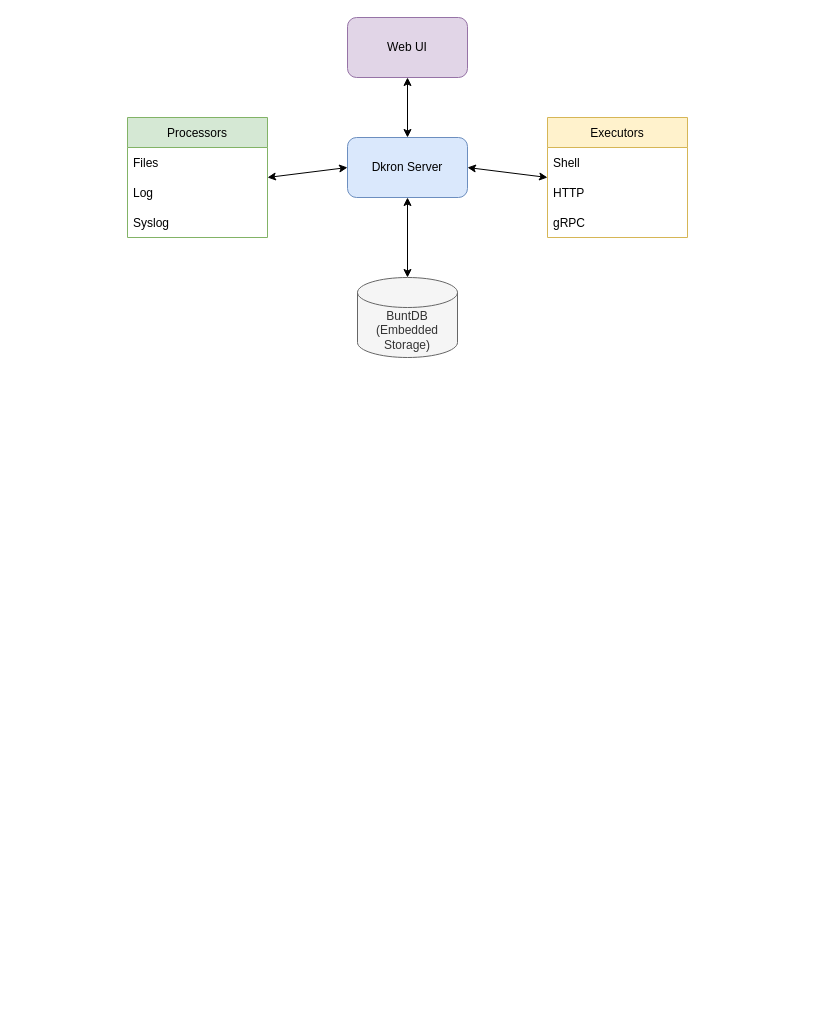
This is projects/dkron.drawio from hanzug/draw.io, a draw.io file, before an edit. Source tidied: cells renumbered, new cells numbered last; positions are measured from the earlier drawing's top-left corner, leaving out a move shared by most shapes. Both pictures are drawn from the tidied source at 100%, with x=0, y=0 at pixel (127, 17).
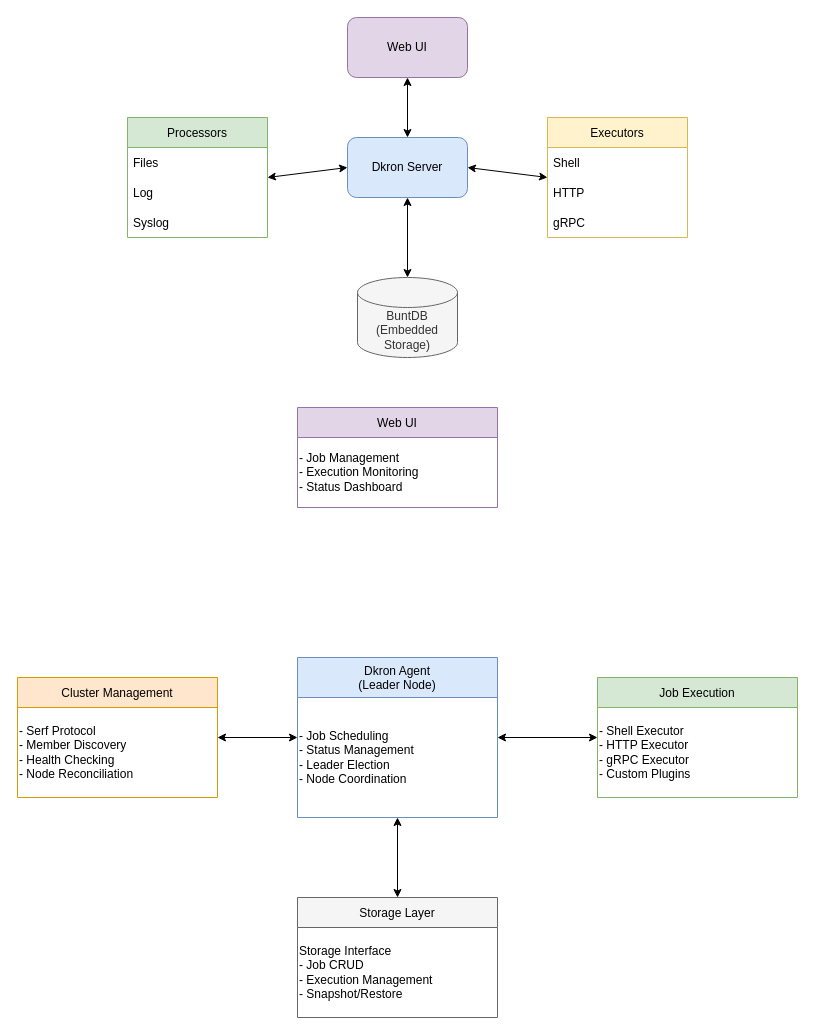
Above is the later version.

The edit, as a diff of the source:
```diff
@@
+    <mxCell id="17" value="Dkron Agent&#10;(Leader Node)" style="swimlane;fontStyle=0;horizontal=1;startSize=40;fillColor=#dae8fc;strokeColor=#6c8ebf;" parent="1" vertex="1">
+      <mxGeometry x="170" y="640" width="200" height="160" as="geometry" />
+    </mxCell>
+    <mxCell id="18" value="- Job Scheduling&#10;- Status Management&#10;- Leader Election&#10;- Node Coordination" style="text;html=1;strokeColor=none;fillColor=none;align=left;verticalAlign=middle;whiteSpace=wrap;rounded=0;" parent="17" vertex="1">
+      <mxGeometry y="40" width="200" height="120" as="geometry" />
+    </mxCell>
+    <mxCell id="19" value="Storage Layer" style="swimlane;fontStyle=0;horizontal=1;startSize=30;fillColor=#f5f5f5;strokeColor=#666666;" parent="1" vertex="1">
+      <mxGeometry x="170" y="880" width="200" height="120" as="geometry" />
+    </mxCell>
+    <mxCell id="20" value="Storage Interface&#10;- Job CRUD&#10;- Execution Management&#10;- Snapshot/Restore" style="text;html=1;strokeColor=none;fillColor=none;align=left;verticalAlign=middle;whiteSpace=wrap;rounded=0;" parent="19" vertex="1">
+      <mxGeometry y="30" width="200" height="90" as="geometry" />
+    </mxCell>
+    <mxCell id="21" value="Cluster Management" style="swimlane;fontStyle=0;horizontal=1;startSize=30;fillColor=#ffe6cc;strokeColor=#d79b00;" parent="1" vertex="1">
+      <mxGeometry x="-110" y="660" width="200" height="120" as="geometry" />
+    </mxCell>
+    <mxCell id="22" value="- Serf Protocol&#10;- Member Discovery&#10;- Health Checking&#10;- Node Reconciliation" style="text;html=1;strokeColor=none;fillColor=none;align=left;verticalAlign=middle;whiteSpace=wrap;rounded=0;" parent="21" vertex="1">
+      <mxGeometry y="30" width="200" height="90" as="geometry" />
+    </mxCell>
+    <mxCell id="23" value="Job Execution" style="swimlane;fontStyle=0;horizontal=1;startSize=30;fillColor=#d5e8d4;strokeColor=#82b366;" parent="1" vertex="1">
+      <mxGeometry x="470" y="660" width="200" height="120" as="geometry" />
+    </mxCell>
+    <mxCell id="24" value="- Shell Executor&#10;- HTTP Executor&#10;- gRPC Executor&#10;- Custom Plugins" style="text;html=1;strokeColor=none;fillColor=none;align=left;verticalAlign=middle;whiteSpace=wrap;rounded=0;" parent="23" vertex="1">
+      <mxGeometry y="30" width="200" height="90" as="geometry" />
+    </mxCell>
+    <mxCell id="25" value="Web UI" style="swimlane;fontStyle=0;horizontal=1;startSize=30;fillColor=#e1d5e7;strokeColor=#9673a6;" parent="1" vertex="1">
+      <mxGeometry x="170" y="390" width="200" height="100" as="geometry" />
+    </mxCell>
+    <mxCell id="26" value="- Job Management&#10;- Execution Monitoring&#10;- Status Dashboard" style="text;html=1;strokeColor=none;fillColor=none;align=left;verticalAlign=middle;whiteSpace=wrap;rounded=0;" parent="25" vertex="1">
+      <mxGeometry y="30" width="200" height="70" as="geometry" />
+    </mxCell>
+    <mxCell id="27" style="endArrow=classic;startArrow=classic;html=1;rounded=0;exitX=0.5;exitY=0;exitDx=0;exitDy=0;entryX=0.5;entryY=1;entryDx=0;entryDy=0;" parent="1" edge="1" source="19" target="17">
+      <mxGeometry relative="1" as="geometry" />
+    </mxCell>
+    <mxCell id="28" style="endArrow=classic;startArrow=classic;html=1;rounded=0;exitX=1;exitY=0.5;exitDx=0;exitDy=0;entryX=0;entryY=0.5;entryDx=0;entryDy=0;" parent="1" edge="1" source="21" target="17">
+      <mxGeometry relative="1" as="geometry" />
+    </mxCell>
+    <mxCell id="29" style="endArrow=classic;startArrow=classic;html=1;rounded=0;exitX=1;exitY=0.5;exitDx=0;exitDy=0;entryX=0;entryY=0.5;entryDx=0;entryDy=0;" parent="1" edge="1" source="17" target="23">
+      <mxGeometry relative="1" as="geometry" />
+    </mxCell>
```
